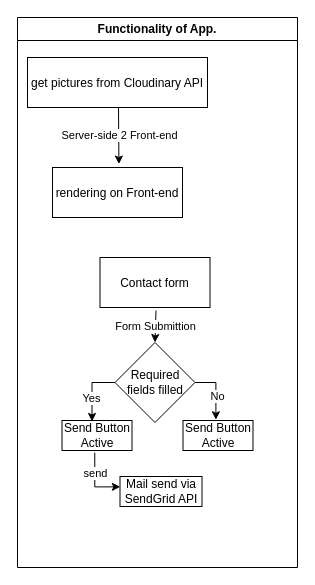
This is Untitled Diagram.drawio from Dan88Hus/DLBCSPJWD01, a draw.io file, before an edit. Source tidied: cells renumbered, new cells numbered last; positions are measured from the earlier drawing's top-left corner, leaving out a move shared by most shapes. Both pictures are drawn from the tidied source at 100%, with x=0, y=0 at pixel (17, 17).
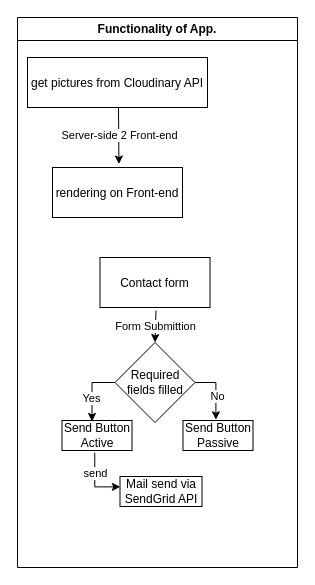
After the change.

The change refers to these unchanged cells:
```xml
<mxCell id="2" value="Functionality of App." style="swimlane;whiteSpace=wrap;" parent="1" vertex="1">
  <mxGeometry width="280" height="550" as="geometry" />
</mxCell>
```

The edit, as a diff of the source:
```diff
@@
-    <mxCell id="16" value="Send Button Active" style="rounded=0;whiteSpace=wrap;html=1;" parent="2" vertex="1">
+    <mxCell id="16" value="Send Button Passive" style="rounded=0;whiteSpace=wrap;html=1;" parent="2" vertex="1">
       <mxGeometry x="165.5" y="403" width="70" height="30" as="geometry" />
     </mxCell>
```
